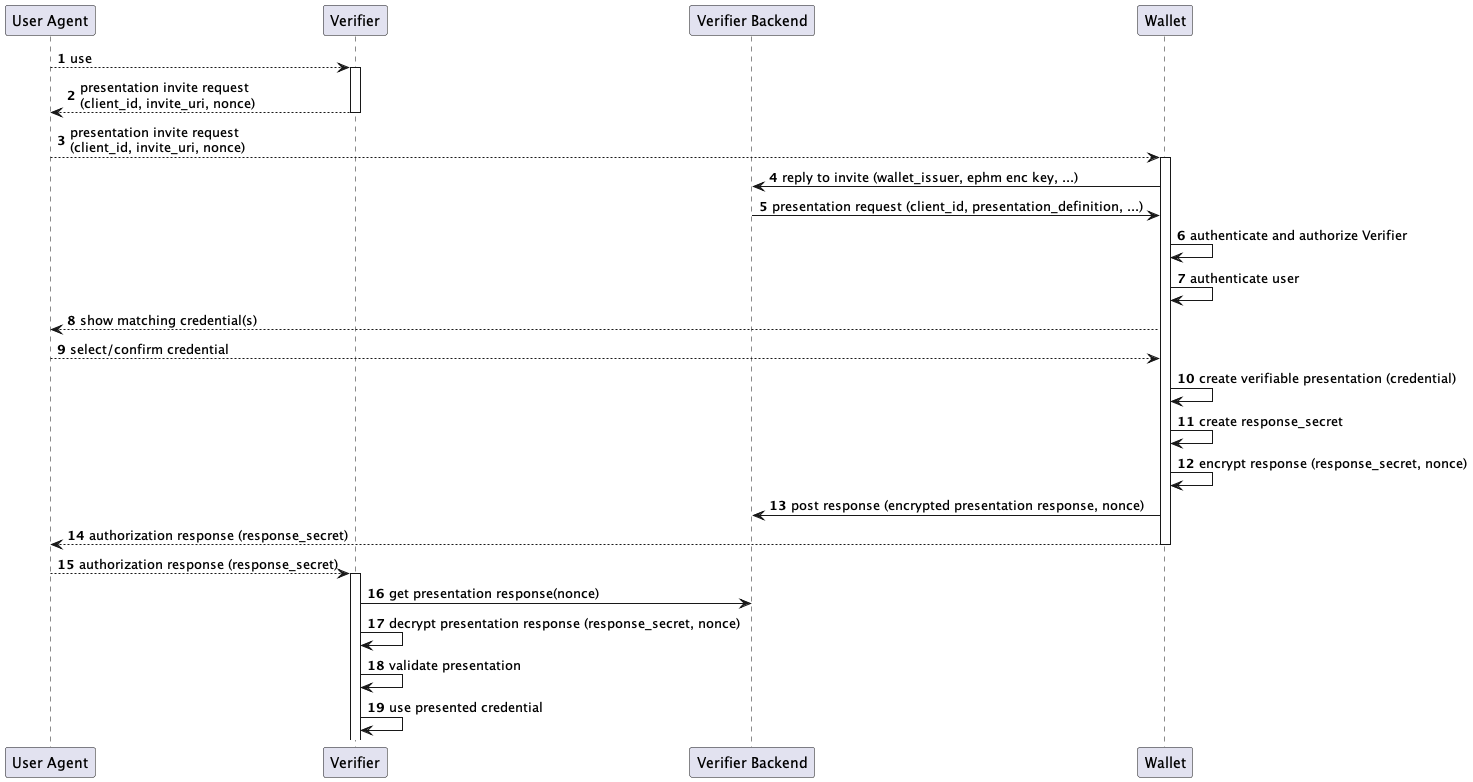
The PlantUML diagram out/openid-4-verifiable-presentations/diagrams/presentation_same_device_parm_negotiate/presentation_same_device_parm_negotiate.png in openid/connect, before a commit. Source of this version:
```plantuml
@startuml

autonumber

participant "User Agent" as u

participant "Verifier" as r

participant "Verifier Backend" as rb

participant "Wallet" as w

u --> r : use
activate r
r --> u: presentation invite request\n(client_id, invite_uri, nonce)
deactivate r
u --> w: presentation invite request\n(client_id, invite_uri, nonce)
activate w
w -> rb: reply to invite (wallet_issuer, ephm enc key, ...)
rb -> w: presentation request (client_id, presentation_definition, ...)
w -> w: authenticate and authorize Verifier
w -> w: authenticate user

w --> u: show matching credential(s)
u --> w: select/confirm credential
w -> w: create verifiable presentation (credential)
w -> w: create response_secret
w -> w: encrypt response (response_secret, nonce)
w -> rb: post response (encrypted presentation response, nonce)
w --> u: authorization response (response_secret)
deactivate w
u --> r: authorization response (response_secret)
activate r
r -> rb: get presentation response(nonce)
r -> r: decrypt presentation response (response_secret, nonce)
r -> r: validate presentation
r -> r: use presented credential
@enduml
```
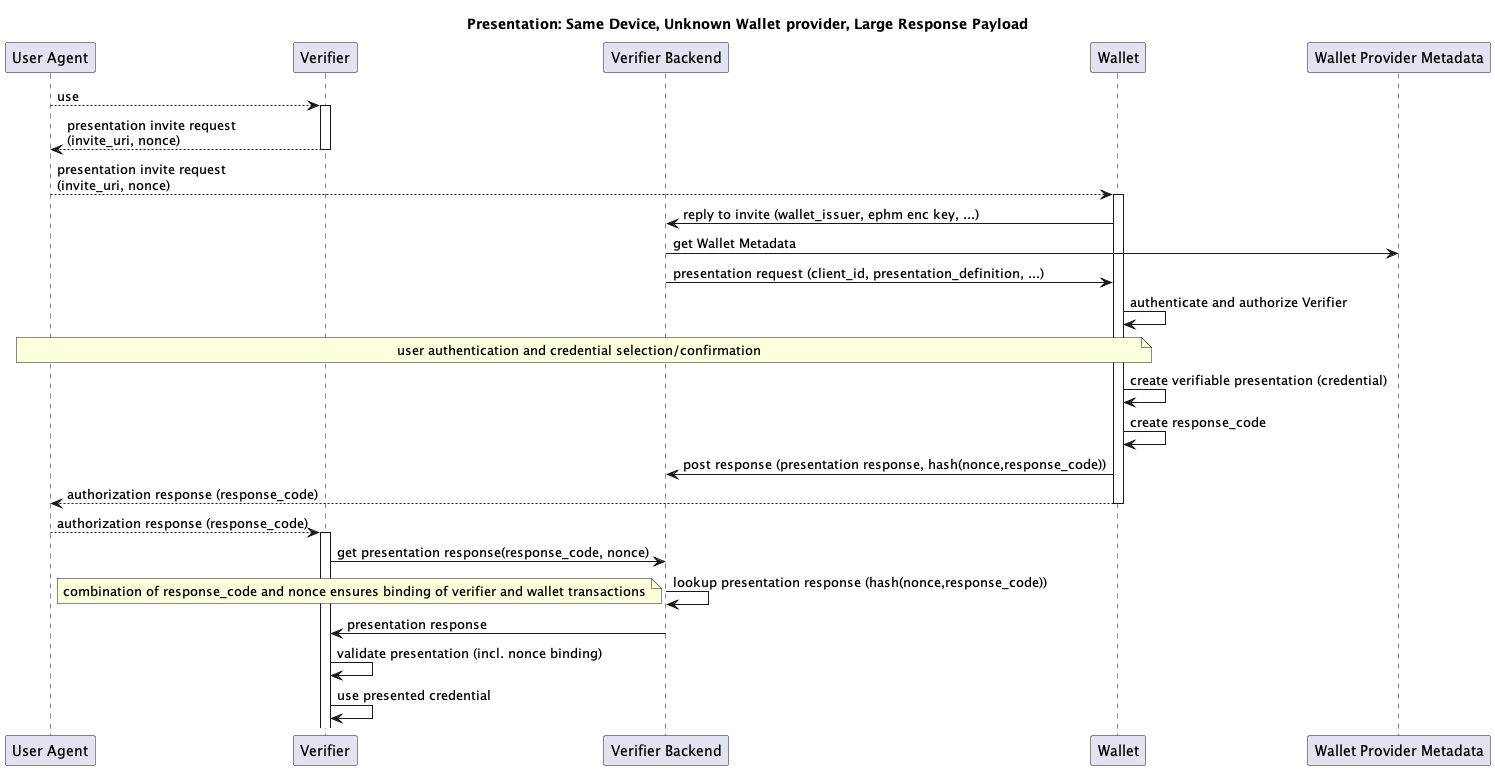
The same file after the commit.

Change to the diagram source:
```diff
@@ -1,6 +1,6 @@
 @startuml
 
-autonumber
+title "Presentation: Same Device, Unknown Wallet provider, Large Response Payload"
 
 participant "User Agent" as u
 
@@ -10,29 +10,32 @@
 
 participant "Wallet" as w
 
+participant "Wallet Provider Metadata" as b
+
 u --> r : use
 activate r
-r --> u: presentation invite request\n(client_id, invite_uri, nonce)
+r --> u: presentation invite request\n(invite_uri, nonce)
 deactivate r
-u --> w: presentation invite request\n(client_id, invite_uri, nonce)
+u --> w: presentation invite request\n(invite_uri, nonce)
 activate w
 w -> rb: reply to invite (wallet_issuer, ephm enc key, ...)
+rb -> b: get Wallet Metadata
 rb -> w: presentation request (client_id, presentation_definition, ...)
 w -> w: authenticate and authorize Verifier
-w -> w: authenticate user
 
-w --> u: show matching credential(s)
-u --> w: select/confirm credential
+note over u, w: user authentication and credential selection/confirmation
+
 w -> w: create verifiable presentation (credential)
-w -> w: create response_secret
-w -> w: encrypt response (response_secret, nonce)
-w -> rb: post response (encrypted presentation response, nonce)
-w --> u: authorization response (response_secret)
+w -> w: create response_code
+w -> rb: post response (presentation response, hash(nonce,response_code))
+w --> u: authorization response (response_code)
 deactivate w
-u --> r: authorization response (response_secret)
+u --> r: authorization response (response_code)
 activate r
-r -> rb: get presentation response(nonce)
-r -> r: decrypt presentation response (response_secret, nonce)
-r -> r: validate presentation
+r -> rb: get presentation response(response_code, nonce)
+rb -> rb: lookup presentation response (hash(nonce,response_code))
+note left: combination of response_code and nonce ensures binding of verifier and wallet transactions
+rb -> r: presentation response
+r -> r: validate presentation (incl. nonce binding)
 r -> r: use presented credential
 @enduml
```
